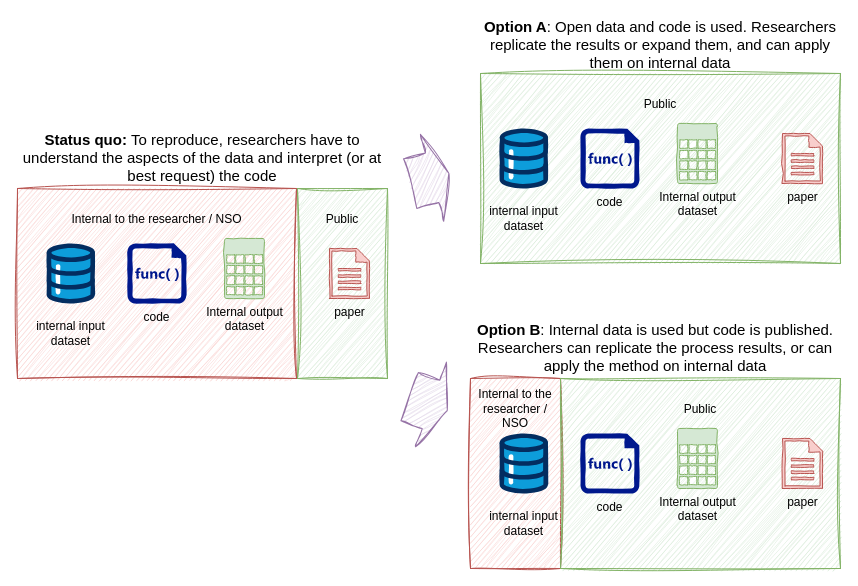
Before: docs/images/reserarch-objects.drawio in sergegoussev/reproducibility-project, a draw.io diagram. Source tidied: cells renumbered, new cells numbered last; positions are measured from the earlier drawing's top-left corner, leaving out a move shared by most shapes. Both pictures are drawn from the tidied source at 100%, with x=0, y=0 at pixel (17, 18).
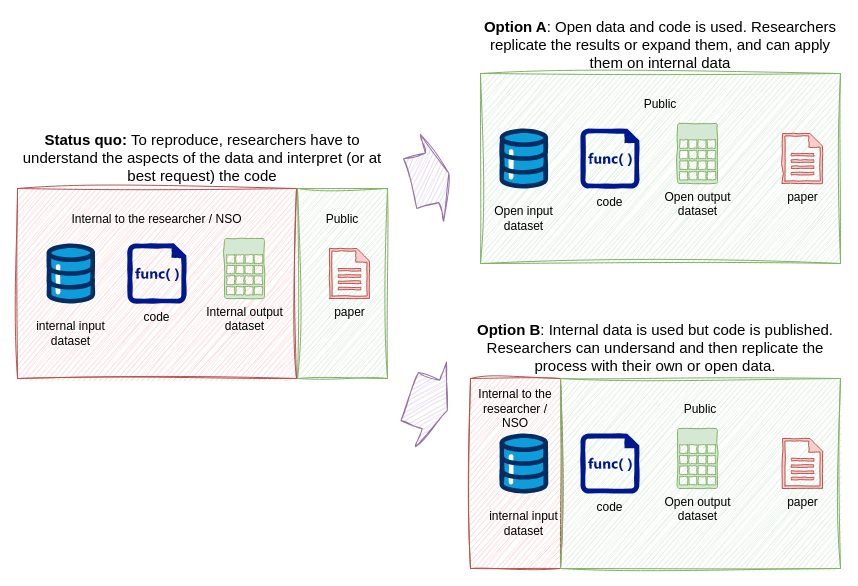
The same page after the edit.

What changed in the source:
```diff
@@
-    <mxCell id="11" value="&lt;b&gt;Option B&lt;/b&gt;: Internal data is used but code is published. Researchers can replicate the process results, or can apply the method on internal data" style="text;html=1;align=center;verticalAlign=middle;whiteSpace=wrap;rounded=0;fontSize=15;" parent="1" vertex="1">
+    <mxCell id="11" value="&lt;b&gt;Option B&lt;/b&gt;: Internal data is used but code is published. Researchers can undersand and then replicate the process with their own or open data." style="text;html=1;align=center;verticalAlign=middle;whiteSpace=wrap;rounded=0;fontSize=15;" parent="1" vertex="1">
       <mxGeometry x="453" y="299" width="370" height="60" as="geometry" />
     </mxCell>
@@
-    <mxCell id="16" value="internal input &lt;br&gt;dataset" style="verticalLabelPosition=bottom;html=1;shape=mxgraph.salesforce.data;sketch=1;curveFitting=1;jiggle=2;sketchStyle=comic;" parent="1" vertex="1">
+    <mxCell id="16" value="Open input &lt;br&gt;dataset" style="verticalLabelPosition=bottom;html=1;shape=mxgraph.salesforce.data;sketch=1;curveFitting=1;jiggle=2;sketchStyle=comic;" parent="1" vertex="1">
       <mxGeometry x="482" y="110" width="48.6" height="60" as="geometry" />
     </mxCell>
-    <mxCell id="17" value="Internal output &lt;br&gt;dataset" style="verticalLabelPosition=bottom;html=1;verticalAlign=top;align=center;strokeColor=#82b366;fillColor=#d5e8d4;shape=mxgraph.azure.storage;sketch=1;curveFitting=1;jiggle=2;sketchStyle=comic;" parent="1" vertex="1">
+    <mxCell id="17" value="Open output &lt;br&gt;dataset" style="verticalLabelPosition=bottom;html=1;verticalAlign=top;align=center;strokeColor=#82b366;fillColor=#d5e8d4;shape=mxgraph.azure.storage;sketch=1;curveFitting=1;jiggle=2;sketchStyle=comic;" parent="1" vertex="1">
       <mxGeometry x="660" y="105" width="40" height="60" as="geometry" />
     </mxCell>
@@
-    <mxCell id="23" value="Internal output &lt;br&gt;dataset" style="verticalLabelPosition=bottom;html=1;verticalAlign=top;align=center;strokeColor=#82b366;fillColor=#d5e8d4;shape=mxgraph.azure.storage;sketch=1;curveFitting=1;jiggle=2;sketchStyle=comic;" parent="1" vertex="1">
+    <mxCell id="23" value="Open output &lt;br&gt;dataset" style="verticalLabelPosition=bottom;html=1;verticalAlign=top;align=center;strokeColor=#82b366;fillColor=#d5e8d4;shape=mxgraph.azure.storage;sketch=1;curveFitting=1;jiggle=2;sketchStyle=comic;" parent="1" vertex="1">
       <mxGeometry x="660" y="410" width="40" height="60" as="geometry" />
     </mxCell>
```
